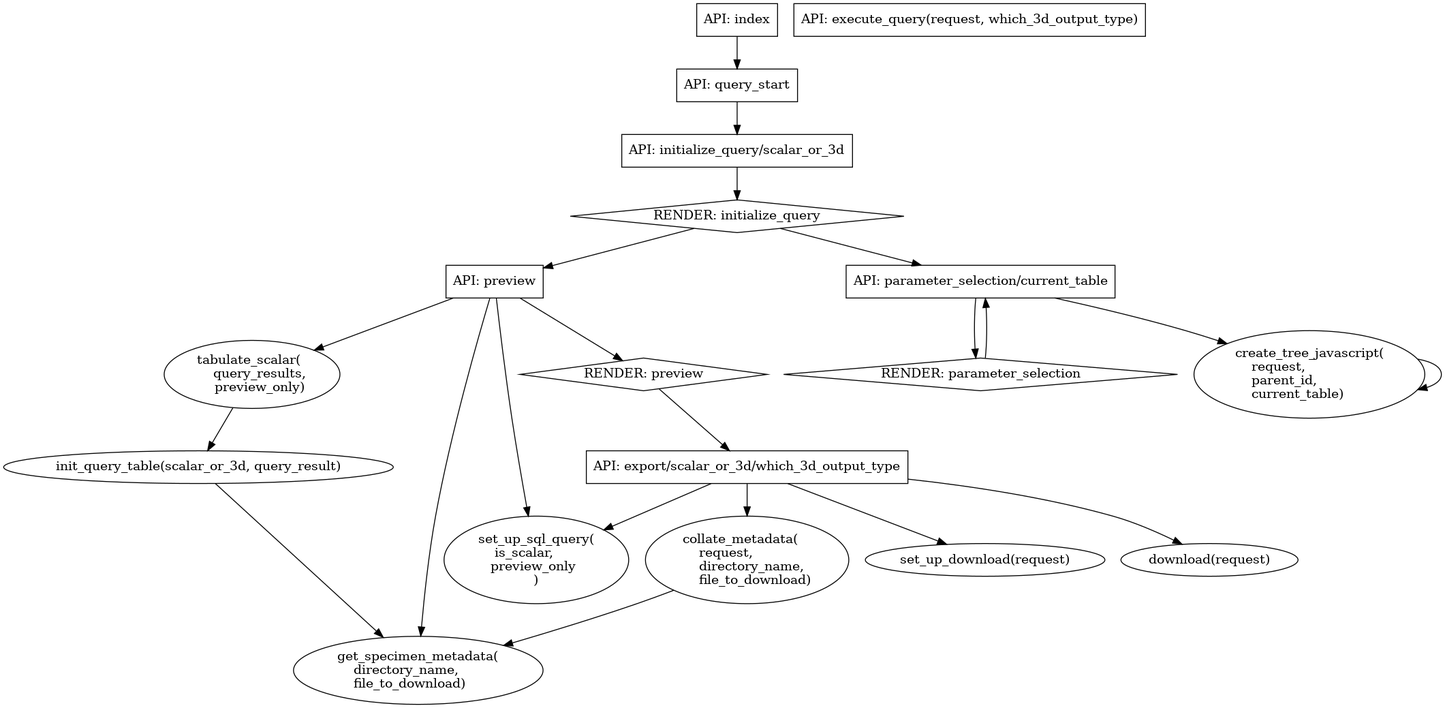
ima-hima/PRIMO keeps this Graphviz diagram as supporting docs/call_graph.png. Above is the earlier version. Its source is kept beside it as supporting docs/call_graph.dot. The source it was exported from:
```dot
digraph call_graph {
	api_query_start [shape="rectangle" label="API: query_start"]
	collate_metadata [nojustify=true label="collate_metadata(\l    request,\l    directory_name,\l    file_to_download)\l"]
	tabulate_scalar [nojustify=true label="tabulate_scalar(\l    query_results,\l    preview_only)"]
	get_specimen_metadata [nojustify=true label="get_specimen_metadata(\l    directory_name,\l    file_to_download)\l"]
	set_up_sql_query [nojustify=true label="set_up_sql_query(\l    is_scalar,\l   preview_only\l)"]
	api_preview [shape="rectangle" nojustify=true label="API: preview"]
	api_parameter_selection [shape="rectangle" nojustify=true label="API: parameter_selection/current_table"]
	api_initialize_query [shape="rectangle" label="API: initialize_query/scalar_or_3d"]
	api_index [shape="rectangle" label="API: index"]
	export [shape="rectangle" label="API: export/scalar_or_3d/which_3d_output_type"]
	api_execute_query [shape="rectangle" label="API: execute_query(request, which_3d_output_type)"]
	render_initialize_query [label="RENDER: initialize_query" shape="diamond"]
	render_preview [shape="diamond" label="RENDER: preview"]
	render_parameter_selection [shape="diamond" label="RENDER: parameter_selection"]
	create_tree_javascript [nojustify=true label="create_tree_javascript(\n    request,\l    parent_id,\l    current_table)\l"]
	api_index -> api_query_start;
	api_query_start -> api_initialize_query;
 	api_initialize_query -> render_initialize_query;
 	render_initialize_query -> {api_parameter_selection api_preview};
    api_preview -> {tabulate_scalar set_up_sql_query get_specimen_metadata render_preview};
 	render_preview -> export;
 	api_parameter_selection -> {render_parameter_selection create_tree_javascript};
 	render_parameter_selection -> api_parameter_selection;
    create_tree_javascript -> create_tree_javascript;
    export -> {set_up_sql_query collate_metadata "set_up_download(request)" "download(request)"};
    collate_metadata -> get_specimen_metadata;
	/*"query_3d(request, which_3d_output_type)" -> "get_3D_data(request)";
	"query_3d(request, which_3d_output_type)" -> get_specimen_metadata */
    tabulate_scalar -> "init_query_table(scalar_or_3d, query_result)";
	"init_query_table(scalar_or_3d, query_result)" -> get_specimen_metadata;
}
```
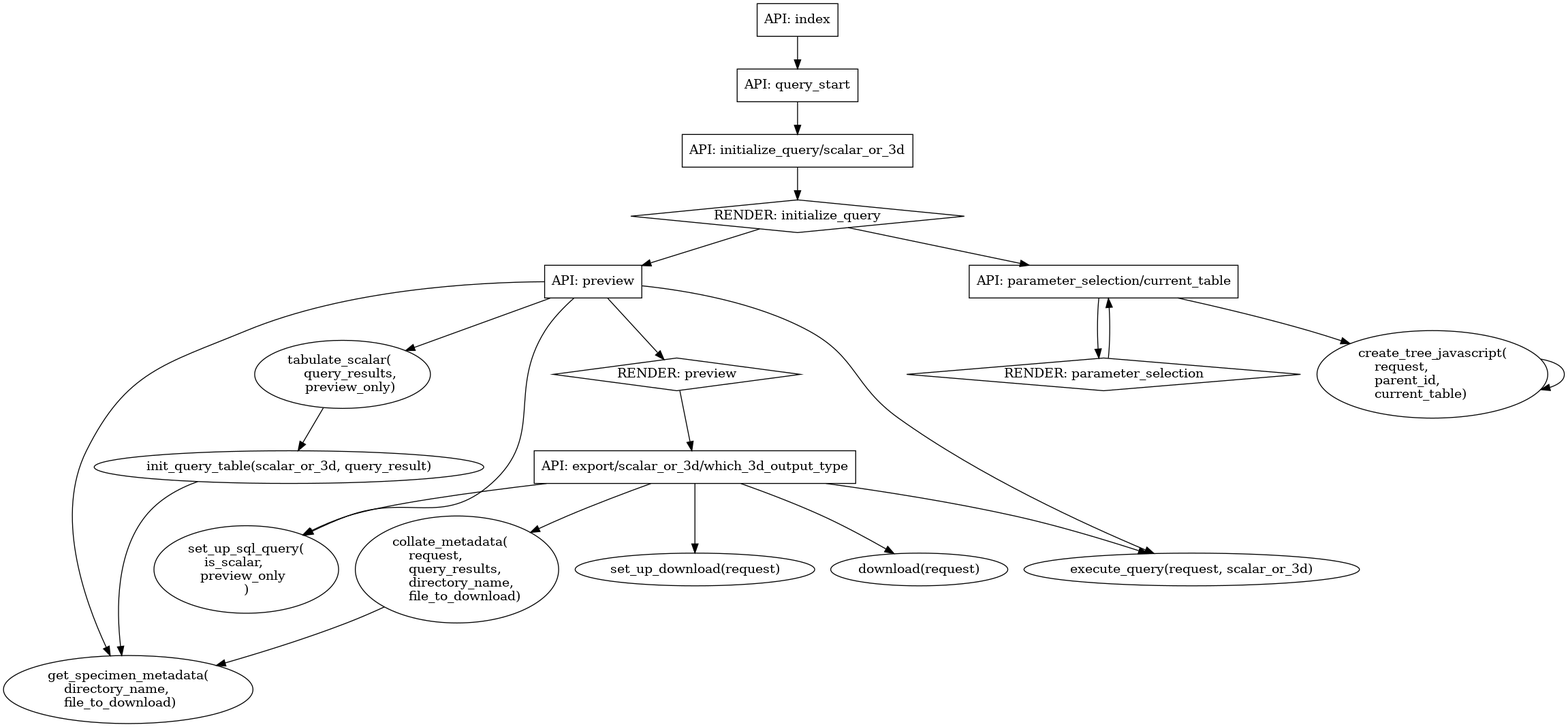
The same diagram one commit later.

Commit message:
Renamed query_setup to initialize_query. Removed execute_query out of API and urls.py. Other minor stuff.

The edit, as a diff of the source:
```diff
@@ -1,6 +1,6 @@
 digraph call_graph {
 	api_query_start [shape="rectangle" label="API: query_start"]
-	collate_metadata [nojustify=true label="collate_metadata(\l    request,\l    directory_name,\l    file_to_download)\l"]
+	collate_metadata [nojustify=true label="collate_metadata(\l    request,\l    query_results,\l    directory_name,\l    file_to_download)\l"]
 	tabulate_scalar [nojustify=true label="tabulate_scalar(\l    query_results,\l    preview_only)"]
 	get_specimen_metadata [nojustify=true label="get_specimen_metadata(\l    directory_name,\l    file_to_download)\l"]
 	set_up_sql_query [nojustify=true label="set_up_sql_query(\l    is_scalar,\l   preview_only\l)"]
@@ -9,7 +9,7 @@
 	api_initialize_query [shape="rectangle" label="API: initialize_query/scalar_or_3d"]
 	api_index [shape="rectangle" label="API: index"]
 	export [shape="rectangle" label="API: export/scalar_or_3d/which_3d_output_type"]
-	api_execute_query [shape="rectangle" label="API: execute_query(request, which_3d_output_type)"]
+	execute_query [label="execute_query(request, scalar_or_3d)"]
 	render_initialize_query [label="RENDER: initialize_query" shape="diamond"]
 	render_preview [shape="diamond" label="RENDER: preview"]
 	render_parameter_selection [shape="diamond" label="RENDER: parameter_selection"]
@@ -18,12 +18,12 @@
 	api_query_start -> api_initialize_query;
  	api_initialize_query -> render_initialize_query;
  	render_initialize_query -> {api_parameter_selection api_preview};
-    api_preview -> {tabulate_scalar set_up_sql_query get_specimen_metadata render_preview};
+    api_preview -> {execute_query tabulate_scalar set_up_sql_query get_specimen_metadata render_preview};
  	render_preview -> export;
  	api_parameter_selection -> {render_parameter_selection create_tree_javascript};
  	render_parameter_selection -> api_parameter_selection;
     create_tree_javascript -> create_tree_javascript;
-    export -> {set_up_sql_query collate_metadata "set_up_download(request)" "download(request)"};
+    export -> {execute_query set_up_sql_query collate_metadata "set_up_download(request)" "download(request)"};
     collate_metadata -> get_specimen_metadata;
 	/*"query_3d(request, which_3d_output_type)" -> "get_3D_data(request)";
 	"query_3d(request, which_3d_output_type)" -> get_specimen_metadata */
```
